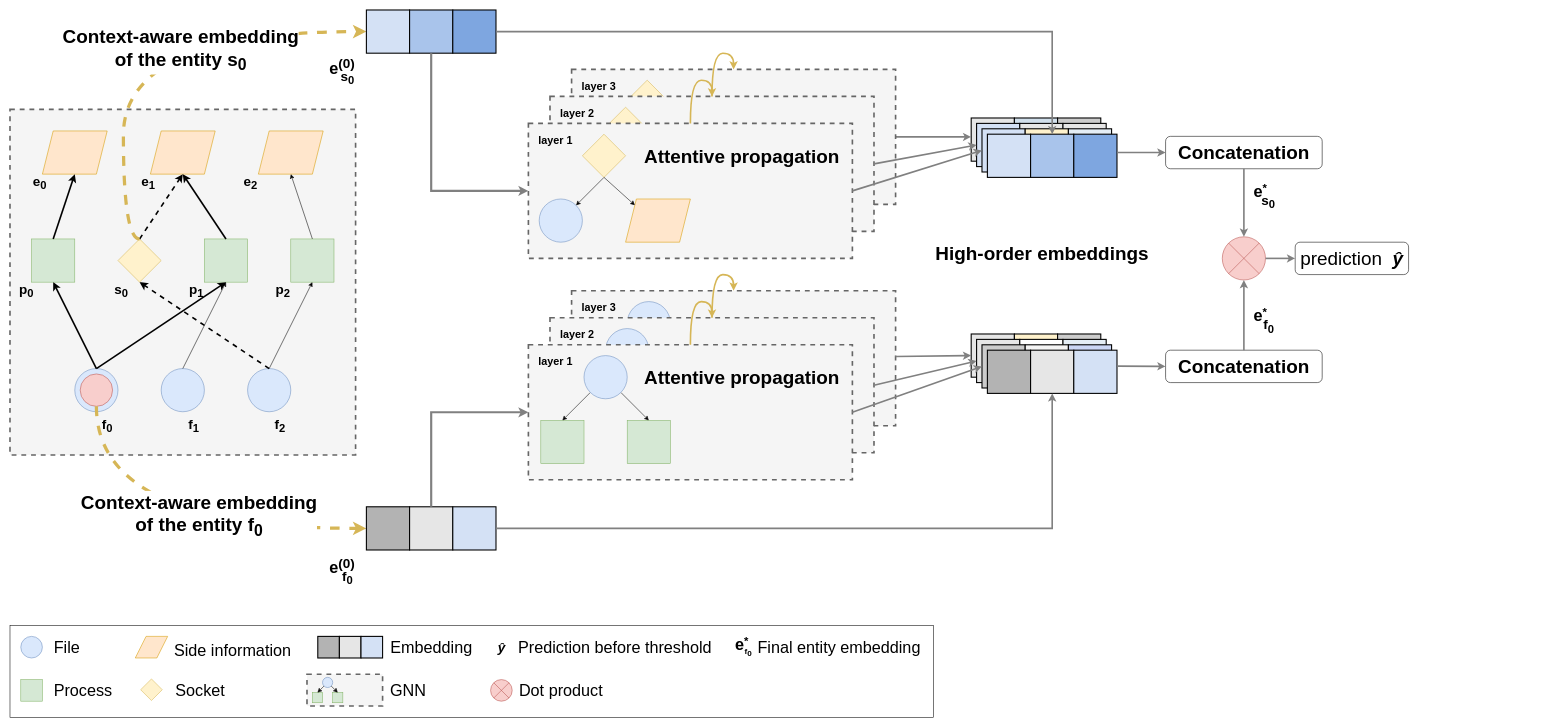
jctemp/paper-gnn-shadewatcher keeps this draw.io diagram as page "arch-horizontal" (1 of 5) of figures/shadewatcher-illustrations.drawio. Above is the earlier version. Source tidied: cells renumbered, new cells numbered last; positions are measured from the earlier drawing's top-left corner, leaving out a move shared by most shapes. Both pictures are drawn from the tidied source at 54%, with x=0, y=0 at pixel (10, 10).
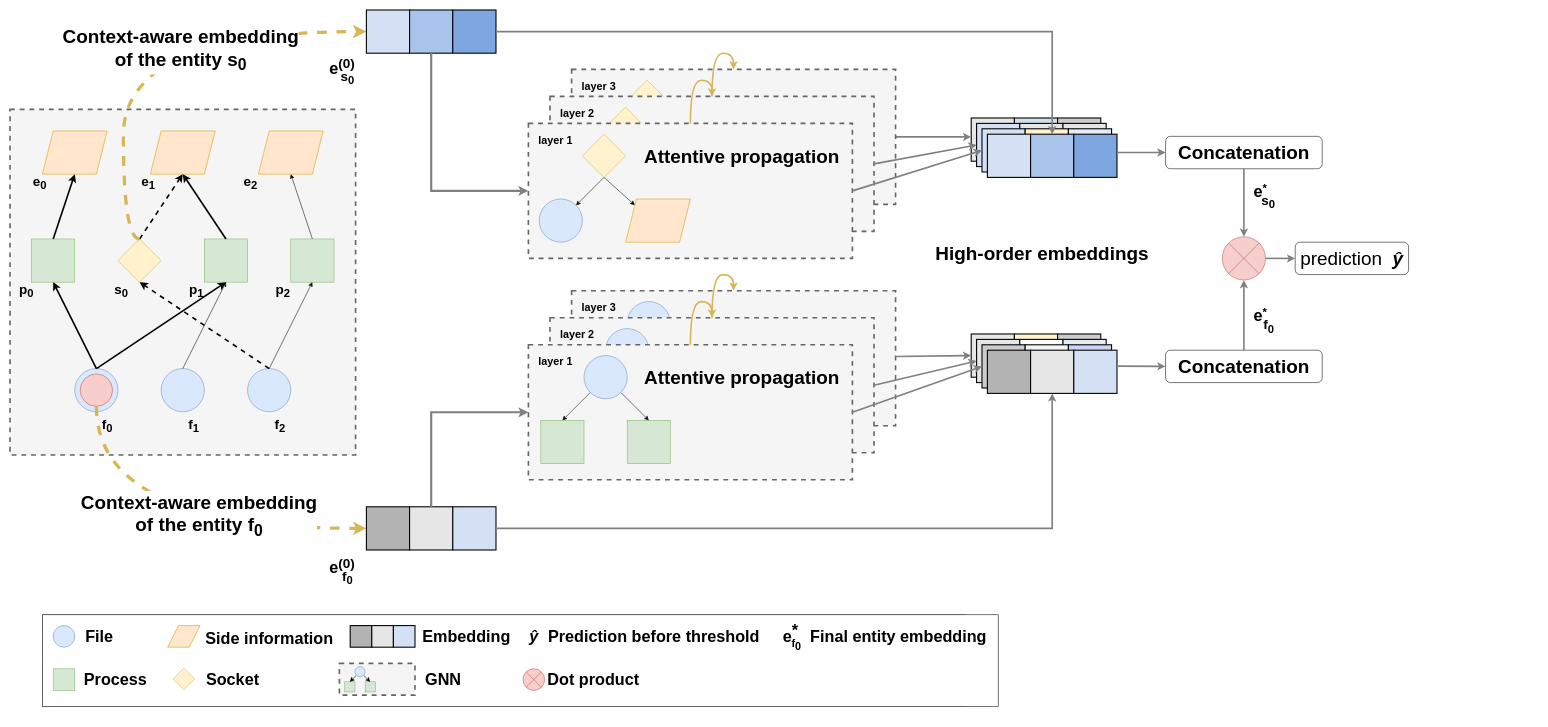
Above is the later version.

The change refers to these unchanged cells:
```xml
<mxCell id="2" style="group;strokeWidth=2;" parent="1" vertex="1">
  <mxGeometry width="2830" height="1310" as="geometry" />
</mxCell>
```

What changed in the source:
```diff
@@
-    <mxCell id="3" style="rounded=0;whiteSpace=wrap;html=1;" parent="2" vertex="1">
-      <mxGeometry y="1140" width="1710" height="170" as="geometry" />
-    </mxCell>
@@
-    <mxCell id="152" style="ellipse;whiteSpace=wrap;html=1;fillColor=#dae8fc;strokeColor=#6c8ebf;" parent="2" vertex="1">
-      <mxGeometry x="20" y="1160" width="40" height="40" as="geometry" />
-    </mxCell>
-    <mxCell id="153" style="whiteSpace=wrap;html=1;fillColor=#d5e8d4;strokeColor=#82b366;" parent="2" vertex="1">
-      <mxGeometry x="20" y="1240" width="40" height="40" as="geometry" />
-    </mxCell>
-    <mxCell id="154" style="shape=parallelogram;perimeter=parallelogramPerimeter;whiteSpace=wrap;html=1;fixedSize=1;fillColor=#ffe6cc;strokeColor=#d79b00;" parent="2" vertex="1">
-      <mxGeometry x="232" y="1160" width="60" height="40" as="geometry" />
-    </mxCell>
-    <mxCell id="155" style="rhombus;whiteSpace=wrap;html=1;fillColor=#fff2cc;strokeColor=#d6b656;" parent="2" vertex="1">
-      <mxGeometry x="242" y="1238.8" width="40" height="40" as="geometry" />
-    </mxCell>
-    <mxCell id="156" style="group;" parent="2" vertex="1">
-      <mxGeometry x="570" y="1160" width="120" height="40" as="geometry" />
-    </mxCell>
-    <mxCell id="157" style="whiteSpace=wrap;html=1;fillColor=#B3B3B3;strokeWidth=2;" parent="156" vertex="1">
-      <mxGeometry width="40" height="40" as="geometry" />
-    </mxCell>
-    <mxCell id="158" style="whiteSpace=wrap;html=1;fillColor=#E6E6E6;strokeWidth=2;" parent="156" vertex="1">
-      <mxGeometry x="40" width="40" height="40" as="geometry" />
-    </mxCell>
-    <mxCell id="159" style="whiteSpace=wrap;html=1;fillColor=#D4E1F5;strokeWidth=2;" parent="156" vertex="1">
-      <mxGeometry x="80" width="40" height="40" as="geometry" />
-    </mxCell>
-    <mxCell id="160" value="File" style="text;html=1;align=center;verticalAlign=middle;strokeColor=none;fillColor=none;fontSize=30;" parent="2" vertex="1">
-      <mxGeometry x="70" y="1155" width="70" height="50" as="geometry" />
-    </mxCell>
-    <mxCell id="161" value="Process" style="text;html=1;align=center;verticalAlign=middle;strokeColor=none;fillColor=none;fontSize=30;" parent="2" vertex="1">
-      <mxGeometry x="70" y="1235" width="130" height="50" as="geometry" />
-    </mxCell>
-    <mxCell id="162" value="Side information" style="text;html=1;align=center;verticalAlign=middle;strokeColor=none;fillColor=none;fontSize=30;" parent="2" vertex="1">
-      <mxGeometry x="292" y="1159.7" width="240" height="50" as="geometry" />
-    </mxCell>
-    <mxCell id="163" value="Socket" style="text;html=1;align=center;verticalAlign=middle;strokeColor=none;fillColor=none;fontSize=30;" parent="2" vertex="1">
-      <mxGeometry x="292" y="1235" width="120" height="50" as="geometry" />
-    </mxCell>
-    <mxCell id="164" value="Embedding" style="text;html=1;align=center;verticalAlign=middle;strokeColor=none;fillColor=none;fontSize=30;" parent="2" vertex="1">
-      <mxGeometry x="690" y="1154.7" width="180" height="50" as="geometry" />
-    </mxCell>
@@
-    <mxCell id="168" style="shape=sumEllipse;perimeter=ellipsePerimeter;whiteSpace=wrap;html=1;backgroundOutline=1;fillColor=#f8cecc;strokeColor=#b85450;" parent="2" vertex="1">
-      <mxGeometry x="890" y="1240" width="40" height="40" as="geometry" />
-    </mxCell>
-    <mxCell id="169" value="Dot product" style="text;html=1;align=center;verticalAlign=middle;strokeColor=none;fillColor=none;fontSize=30;" parent="2" vertex="1">
-      <mxGeometry x="930" y="1235" width="180" height="50" as="geometry" />
-    </mxCell>
-    <mxCell id="170" value="&lt;i&gt;&lt;font style=&quot;font-size: 25px;&quot;&gt;&lt;b&gt;ŷ&lt;/b&gt;&lt;/font&gt;&lt;/i&gt;" style="text;html=1;align=center;verticalAlign=middle;strokeColor=none;fillColor=none;" parent="2" vertex="1">
-      <mxGeometry x="890" y="1159.7" width="40" height="40" as="geometry" />
-    </mxCell>
-    <mxCell id="171" value="Prediction before threshold" style="text;html=1;align=center;verticalAlign=middle;strokeColor=none;fillColor=none;fontSize=30;" parent="2" vertex="1">
-      <mxGeometry x="930" y="1155" width="380" height="50" as="geometry" />
-    </mxCell>
@@
-    <mxCell id="181" style="group;" parent="2" vertex="1">
-      <mxGeometry x="550" y="1230" width="140" height="58.8" as="geometry" />
-    </mxCell>
-    <mxCell id="182" style="edgeStyle=none;rounded=0;orthogonalLoop=1;jettySize=auto;html=1;exitX=0;exitY=1;exitDx=0;exitDy=0;entryX=0.5;entryY=0;entryDx=0;entryDy=0;" parent="181" edge="1">
-      <mxGeometry relative="1" as="geometry">
-        <mxPoint x="22.2" y="33.7" as="sourcePoint" />
-        <mxPoint x="10" y="45.9" as="targetPoint" />
-      </mxGeometry>
-    </mxCell>
-    <mxCell id="183" style="rounded=0;whiteSpace=wrap;html=1;fillColor=#f5f5f5;fontColor=#333333;strokeColor=#666666;dashed=1;strokeWidth=3;" parent="181" vertex="1">
-      <mxGeometry width="140" height="58.8" as="geometry" />
-    </mxCell>
-    <mxCell id="184" style="whiteSpace=wrap;html=1;fillColor=#d5e8d4;strokeColor=#82b366;" parent="181" vertex="1">
-      <mxGeometry x="10" y="34.1" width="18.8" height="18.8" as="geometry" />
-    </mxCell>
-    <mxCell id="185" style="whiteSpace=wrap;html=1;fillColor=#d5e8d4;strokeColor=#82b366;" parent="181" vertex="1">
-      <mxGeometry x="47.6" y="34.1" width="18.8" height="18.8" as="geometry" />
-    </mxCell>
-    <mxCell id="186" style="edgeStyle=none;rounded=0;jettySize=auto;html=1;exitX=0;exitY=1;exitDx=0;exitDy=0;entryX=0.5;entryY=0;entryDx=0;entryDy=0;" parent="181" edge="1" source="188" target="184">
-      <mxGeometry relative="1" as="geometry" />
-    </mxCell>
-    <mxCell id="187" style="edgeStyle=none;rounded=0;jettySize=auto;html=1;exitX=1;exitY=1;exitDx=0;exitDy=0;entryX=0.5;entryY=0;entryDx=0;entryDy=0;" parent="181" edge="1" source="188" target="185">
-      <mxGeometry relative="1" as="geometry" />
-    </mxCell>
-    <mxCell id="188" style="ellipse;whiteSpace=wrap;html=1;fillColor=#dae8fc;strokeColor=#6c8ebf;" parent="181" vertex="1">
-      <mxGeometry x="28.8" y="5.9" width="18.8" height="18.8" as="geometry" />
-    </mxCell>
+    <mxCell id="194" style="group;" parent="2" vertex="1">
+      <mxGeometry x="60" y="1120" width="1770" height="170" as="geometry" />
+    </mxCell>
+    <mxCell id="195" style="group;fillColor=#f5f5f5;fontColor=#333333;strokeColor=#666666;fontSize=30;fontStyle=1;" parent="194" vertex="1">
+      <mxGeometry width="1710" height="170" as="geometry" />
+    </mxCell>
+    <mxCell id="196" style="rounded=0;whiteSpace=wrap;html=1;fontSize=30;fontStyle=1;" parent="194" vertex="1">
+      <mxGeometry width="1770" height="170" as="geometry" />
+    </mxCell>
+    <mxCell id="197" style="ellipse;whiteSpace=wrap;html=1;fillColor=#dae8fc;strokeColor=#6c8ebf;fontSize=30;fontStyle=1;" parent="194" vertex="1">
+      <mxGeometry x="20" y="20" width="40" height="40" as="geometry" />
+    </mxCell>
+    <mxCell id="198" style="whiteSpace=wrap;html=1;fillColor=#d5e8d4;strokeColor=#82b366;fontSize=30;fontStyle=1;" parent="194" vertex="1">
+      <mxGeometry x="20" y="100" width="40" height="40" as="geometry" />
+    </mxCell>
+    <mxCell id="199" style="shape=parallelogram;perimeter=parallelogramPerimeter;whiteSpace=wrap;html=1;fixedSize=1;fillColor=#ffe6cc;strokeColor=#d79b00;fontSize=30;fontStyle=1;" parent="194" vertex="1">
+      <mxGeometry x="232" y="20" width="60" height="40" as="geometry" />
+    </mxCell>
+    <mxCell id="200" style="rhombus;whiteSpace=wrap;html=1;fillColor=#fff2cc;strokeColor=#d6b656;fontSize=30;fontStyle=1;" parent="194" vertex="1">
+      <mxGeometry x="242" y="98.8" width="40" height="40" as="geometry" />
+    </mxCell>
+    <mxCell id="160" value="File" style="text;html=1;align=center;verticalAlign=middle;strokeColor=none;fillColor=none;fontSize=30;fontStyle=1;" parent="194" vertex="1">
+      <mxGeometry x="65" y="15" width="80" height="50" as="geometry" />
+    </mxCell>
+    <mxCell id="161" value="Process" style="text;html=1;align=center;verticalAlign=middle;strokeColor=none;fillColor=none;fontSize=30;fontStyle=1;" parent="194" vertex="1">
+      <mxGeometry x="65" y="95" width="140" height="50" as="geometry" />
+    </mxCell>
+    <mxCell id="162" value="Side information" style="text;html=1;align=center;verticalAlign=middle;strokeColor=none;fillColor=none;fontSize=30;fontStyle=1;" parent="194" vertex="1">
+      <mxGeometry x="290" y="19.4" width="260" height="50" as="geometry" />
+    </mxCell>
+    <mxCell id="163" value="Socket" style="text;html=1;align=center;verticalAlign=middle;strokeColor=none;fillColor=none;fontSize=30;fontStyle=1;" parent="194" vertex="1">
+      <mxGeometry x="292" y="95" width="120" height="50" as="geometry" />
+    </mxCell>
+    <mxCell id="164" value="Embedding" style="text;html=1;align=center;verticalAlign=middle;strokeColor=none;fillColor=none;fontSize=30;fontStyle=1;" parent="194" vertex="1">
+      <mxGeometry x="690" y="14.7" width="190" height="50" as="geometry" />
+    </mxCell>
+    <mxCell id="201" style="shape=sumEllipse;perimeter=ellipsePerimeter;whiteSpace=wrap;html=1;backgroundOutline=1;fillColor=#f8cecc;strokeColor=#b85450;fontSize=30;fontStyle=1;" parent="194" vertex="1">
+      <mxGeometry x="890" y="100" width="40" height="40" as="geometry" />
+    </mxCell>
+    <mxCell id="169" value="Dot product" style="text;html=1;align=center;verticalAlign=middle;strokeColor=none;fillColor=none;fontSize=30;fontStyle=1;" parent="194" vertex="1">
+      <mxGeometry x="925" y="95" width="190" height="50" as="geometry" />
+    </mxCell>
+    <mxCell id="170" value="&lt;i style=&quot;font-size: 30px;&quot;&gt;&lt;font style=&quot;font-size: 30px;&quot;&gt;&lt;span style=&quot;font-size: 30px;&quot;&gt;ŷ&lt;/span&gt;&lt;/font&gt;&lt;/i&gt;" style="text;html=1;align=center;verticalAlign=middle;strokeColor=none;fillColor=none;fontSize=30;fontStyle=1;" parent="194" vertex="1">
+      <mxGeometry x="890" y="14.7" width="40" height="50" as="geometry" />
+    </mxCell>
+    <mxCell id="171" value="Prediction before threshold" style="text;html=1;align=center;verticalAlign=middle;strokeColor=none;fillColor=none;fontSize=30;fontStyle=1;" parent="194" vertex="1">
+      <mxGeometry x="922.2" y="14.7" width="420" height="50" as="geometry" />
+    </mxCell>
-    <mxCell id="189" value="GNN" style="text;html=1;align=center;verticalAlign=middle;strokeColor=none;fillColor=none;fontSize=30;" parent="2" vertex="1">
-      <mxGeometry x="692" y="1235" width="90" height="50" as="geometry" />
+    <mxCell id="189" value="GNN" style="text;html=1;align=center;verticalAlign=middle;strokeColor=none;fillColor=none;fontSize=30;fontStyle=1;" parent="194" vertex="1">
+      <mxGeometry x="697" y="95" width="90" height="50" as="geometry" />
     </mxCell>
-    <mxCell id="190" style="group;" parent="2" vertex="1">
-      <mxGeometry x="1330" y="1150.1" width="57.2" height="59.3" as="geometry" />
-    </mxCell>
+    <mxCell id="193" value="Final entity embedding" style="text;html=1;align=center;verticalAlign=middle;strokeColor=none;fillColor=none;fontSize=30;fontStyle=1;" parent="194" vertex="1">
+      <mxGeometry x="1410" y="14.7" width="350" height="50" as="geometry" />
+    </mxCell>
+    <mxCell id="202" style="whiteSpace=wrap;html=1;fillColor=#B3B3B3;strokeWidth=2;fontSize=30;fontStyle=1;" parent="194" vertex="1">
+      <mxGeometry x="570" y="20" width="40" height="40" as="geometry" />
+    </mxCell>
+    <mxCell id="203" style="whiteSpace=wrap;html=1;fillColor=#E6E6E6;strokeWidth=2;fontSize=30;fontStyle=1;" parent="194" vertex="1">
+      <mxGeometry x="610" y="20" width="40" height="40" as="geometry" />
+    </mxCell>
+    <mxCell id="204" style="whiteSpace=wrap;html=1;fillColor=#D4E1F5;strokeWidth=2;fontSize=30;fontStyle=1;" parent="194" vertex="1">
+      <mxGeometry x="650" y="20" width="40" height="40" as="geometry" />
+    </mxCell>
+    <mxCell id="205" style="edgeStyle=none;rounded=0;orthogonalLoop=1;jettySize=auto;html=1;exitX=0;exitY=1;exitDx=0;exitDy=0;entryX=0.5;entryY=0;entryDx=0;entryDy=0;fontSize=30;fontStyle=1;" parent="194" edge="1">
+      <mxGeometry relative="1" as="geometry">
+        <mxPoint x="572.2" y="123.7" as="sourcePoint" />
+        <mxPoint x="560" y="135.9" as="targetPoint" />
+      </mxGeometry>
+    </mxCell>
+    <mxCell id="206" style="rounded=0;whiteSpace=wrap;html=1;fillColor=#f5f5f5;fontColor=#333333;strokeColor=#666666;dashed=1;strokeWidth=3;fontSize=30;fontStyle=1;" parent="194" vertex="1">
+      <mxGeometry x="550" y="90" width="140" height="58.8" as="geometry" />
+    </mxCell>
+    <mxCell id="207" style="whiteSpace=wrap;html=1;fillColor=#d5e8d4;strokeColor=#82b366;fontSize=30;fontStyle=1;" parent="194" vertex="1">
+      <mxGeometry x="560" y="124.1" width="18.8" height="18.8" as="geometry" />
+    </mxCell>
+    <mxCell id="208" style="whiteSpace=wrap;html=1;fillColor=#d5e8d4;strokeColor=#82b366;fontSize=30;fontStyle=1;" parent="194" vertex="1">
+      <mxGeometry x="597.7" y="124.1" width="18.8" height="18.8" as="geometry" />
+    </mxCell>
+    <mxCell id="209" style="edgeStyle=none;rounded=0;jettySize=auto;html=1;exitX=0;exitY=1;exitDx=0;exitDy=0;entryX=0.5;entryY=0;entryDx=0;entryDy=0;fontSize=30;fontStyle=1;" parent="194" edge="1" source="211" target="207">
+      <mxGeometry relative="1" as="geometry" />
+    </mxCell>
+    <mxCell id="210" style="edgeStyle=none;rounded=0;jettySize=auto;html=1;exitX=1;exitY=1;exitDx=0;exitDy=0;entryX=0.5;entryY=0;entryDx=0;entryDy=0;fontSize=30;fontStyle=1;" parent="194" edge="1" source="211" target="208">
+      <mxGeometry relative="1" as="geometry" />
+    </mxCell>
+    <mxCell id="211" style="ellipse;whiteSpace=wrap;html=1;fillColor=#dae8fc;strokeColor=#6c8ebf;fontSize=30;fontStyle=1;" parent="194" vertex="1">
+      <mxGeometry x="578.8" y="95.9" width="18.8" height="18.8" as="geometry" />
+    </mxCell>
-    <mxCell id="191" value="&lt;font style=&quot;&quot;&gt;&lt;b style=&quot;&quot;&gt;&lt;font style=&quot;font-size: 30px;&quot;&gt;e&lt;/font&gt;&lt;font style=&quot;font-size: 25px;&quot;&gt;&lt;sup&gt;*&lt;/sup&gt;&lt;/font&gt;&lt;/b&gt;&lt;/font&gt;" style="text;html=1;align=center;verticalAlign=middle;strokeColor=none;fillColor=none;" parent="190" vertex="1">
-      <mxGeometry width="50" height="50" as="geometry" />
+    <mxCell id="191" value="&lt;font style=&quot;font-size: 30px;&quot;&gt;&lt;span style=&quot;font-size: 30px;&quot;&gt;&lt;font style=&quot;font-size: 30px;&quot;&gt;e&lt;/font&gt;&lt;font style=&quot;font-size: 30px;&quot;&gt;&lt;sup style=&quot;font-size: 30px;&quot;&gt;*&lt;/sup&gt;&lt;/font&gt;&lt;/span&gt;&lt;/font&gt;" style="text;html=1;align=center;verticalAlign=middle;strokeColor=none;fillColor=none;fontSize=30;fontStyle=1;" parent="194" vertex="1">
+      <mxGeometry x="1360" y="5" width="50" height="60" as="geometry" />
     </mxCell>
-    <mxCell id="192" value="&lt;font style=&quot;font-size: 15px;&quot;&gt;&lt;b style=&quot;font-size: 15px;&quot;&gt;&lt;font style=&quot;font-size: 15px;&quot;&gt;f&lt;sub style=&quot;font-size: 15px;&quot;&gt;0&lt;/sub&gt;&lt;/font&gt;&lt;/b&gt;&lt;/font&gt;" style="text;html=1;align=center;verticalAlign=middle;strokeColor=none;fillColor=none;fontSize=15;" parent="190" vertex="1">
-      <mxGeometry x="17.2" y="19.3" width="40" height="40" as="geometry" />
+    <mxCell id="192" value="&lt;font style=&quot;font-size: 20px;&quot;&gt;&lt;span style=&quot;font-size: 20px;&quot;&gt;&lt;font style=&quot;font-size: 20px;&quot;&gt;f&lt;sub style=&quot;font-size: 20px;&quot;&gt;0&lt;/sub&gt;&lt;/font&gt;&lt;/span&gt;&lt;/font&gt;" style="text;html=1;align=center;verticalAlign=middle;strokeColor=none;fillColor=none;fontSize=20;fontStyle=1;" parent="194" vertex="1">
+      <mxGeometry x="1376.2" y="35" width="40" height="40" as="geometry" />
     </mxCell>
-    <mxCell id="193" value="Final entity embedding" style="text;html=1;align=center;verticalAlign=middle;strokeColor=none;fillColor=none;fontSize=30;" parent="2" vertex="1">
-      <mxGeometry x="1370" y="1154.7" width="330" height="50" as="geometry" />
-    </mxCell>
```
